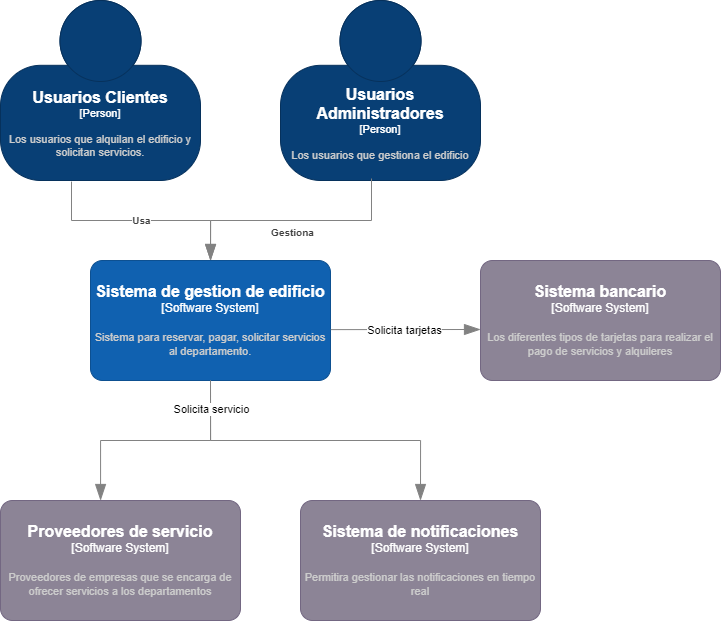
Above: 5/5.1/Diagrama Conceptual.png in ulima-arqui242/arqui242-grupo4 (draw.io), before the change. Source tidied: cells renumbered, new cells last; positions are measured from the earlier drawing's top-left corner, leaving out a move shared by most shapes. The source it was exported from:
```xml
<mxGraphModel>
  <root>
    <mxCell id="0" />
    <mxCell id="1" parent="0" />
    <object id="2" label="&lt;font style=&quot;font-size: 16px&quot;&gt;&lt;b&gt;%c4Name%&lt;/b&gt;&lt;/font&gt;&lt;div&gt;[%c4Type%]&lt;/div&gt;&lt;br&gt;&lt;div&gt;&lt;font style=&quot;font-size: 11px&quot;&gt;&lt;font color=&quot;#cccccc&quot;&gt;%c4Description%&lt;/font&gt;&lt;/div&gt;" c4Description="Los usuarios que gestiona el edificio" c4Name="Usuarios Administradores" c4Type="Person" placeholders="1">
      <mxCell style="html=1;fontSize=11;dashed=0;whiteSpace=wrap;fillColor=#083F75;strokeColor=#06315C;fontColor=#ffffff;shape=mxgraph.c4.person2;align=center;points=[[0.5,0,0],[1,0.5,0],[1,0.75,0],[0.75,1,0],[0.5,1,0],[0.25,1,0],[0,0.75,0],[0,0.5,0]];" parent="1" vertex="1">
        <mxGeometry x="280" width="200" height="180" as="geometry" />
      </mxCell>
    </object>
    <object id="3" label="&lt;font style=&quot;font-size: 16px&quot;&gt;&lt;b&gt;%c4Name%&lt;/b&gt;&lt;/font&gt;&lt;div&gt;[%c4Type%]&lt;/div&gt;&lt;br&gt;&lt;div&gt;&lt;font style=&quot;font-size: 11px&quot;&gt;&lt;font color=&quot;#cccccc&quot;&gt;%c4Description%&lt;/font&gt;&lt;/div&gt;" c4Description="Sistema para reservar, pagar, solicitar servicios al departamento." c4Name="Sistema de gestion de edificio" c4Type="Software System" placeholders="1">
      <mxCell style="rounded=1;whiteSpace=wrap;html=1;labelBackgroundColor=none;fillColor=#1061B0;fontColor=#ffffff;align=center;arcSize=10;strokeColor=#0D5091;points=[[0.25,0,0],[0.5,0,0],[0.75,0,0],[1,0.25,0],[1,0.5,0],[1,0.75,0],[0.75,1,0],[0.5,1,0],[0.25,1,0],[0,0.75,0],[0,0.5,0],[0,0.25,0]];" parent="1" vertex="1">
        <mxGeometry x="90" y="260" width="240" height="120" as="geometry" />
      </mxCell>
    </object>
    <object id="4" label="&lt;font style=&quot;font-size: 16px&quot;&gt;&lt;b&gt;%c4Name%&lt;/b&gt;&lt;/font&gt;&lt;div&gt;[%c4Type%]&lt;/div&gt;&lt;br&gt;&lt;div&gt;&lt;font style=&quot;font-size: 11px&quot;&gt;&lt;font color=&quot;#cccccc&quot;&gt;%c4Description%&lt;/font&gt;&lt;/div&gt;" c4Description="Los diferentes tipos de tarjetas para realizar el pago de servicios y alquileres" c4Name="Sistema bancario" c4Type="Software System" placeholders="1">
      <mxCell style="rounded=1;whiteSpace=wrap;html=1;labelBackgroundColor=none;fillColor=#8C8496;fontColor=#ffffff;align=center;arcSize=10;strokeColor=#736782;" parent="1" vertex="1">
        <mxGeometry x="480" y="260" width="240" height="120" as="geometry" />
      </mxCell>
    </object>
    <object id="5" label="&lt;font style=&quot;font-size: 16px&quot;&gt;&lt;b&gt;%c4Name%&lt;/b&gt;&lt;/font&gt;&lt;div&gt;[%c4Type%]&lt;/div&gt;&lt;br&gt;&lt;div&gt;&lt;font style=&quot;font-size: 11px&quot;&gt;&lt;font color=&quot;#cccccc&quot;&gt;%c4Description%&lt;/font&gt;&lt;/div&gt;" c4Description="Proveedores de empresas que se encarga de ofrecer servicios a los departamentos" c4Name="Proveedores de servicio" c4Type="Software System" placeholders="1">
      <mxCell style="rounded=1;whiteSpace=wrap;html=1;labelBackgroundColor=none;fillColor=#8C8496;fontColor=#ffffff;align=center;arcSize=10;strokeColor=#736782;points=[[0.25,0,0],[0.5,0,0],[0.75,0,0],[1,0.25,0],[1,0.5,0],[1,0.75,0],[0.75,1,0],[0.5,1,0],[0.25,1,0],[0,0.75,0],[0,0.5,0],[0,0.25,0]];" parent="1" vertex="1">
        <mxGeometry y="500" width="240" height="120" as="geometry" />
      </mxCell>
    </object>
    <object id="6" label="&lt;div style=&quot;text-align: left&quot;&gt;&lt;div style=&quot;text-align: center&quot;&gt;&lt;b&gt;%c4Description%&lt;/b&gt;&lt;/div&gt;" c4Description="Gestiona" c4Type="Relationship" placeholders="1">
      <mxCell style="endArrow=blockThin;html=1;fontSize=10;fontColor=#404040;strokeWidth=1;endFill=1;strokeColor=#828282;elbow=vertical;endSize=14;startSize=14;jumpStyle=arc;jumpSize=16;rounded=0;edgeStyle=orthogonalEdgeStyle;exitX=0.455;exitY=0.989;exitDx=0;exitDy=0;exitPerimeter=0;" parent="1" edge="1" source="2" target="3">
        <mxGeometry y="12" relative="1" as="geometry">
          <Array as="points">
            <mxPoint x="371" y="220" />
            <mxPoint x="210" y="220" />
          </Array>
        </mxGeometry>
      </mxCell>
    </object>
    <object id="7" label="&lt;font style=&quot;font-size: 16px&quot;&gt;&lt;b&gt;%c4Name%&lt;/b&gt;&lt;/font&gt;&lt;div&gt;[%c4Type%]&lt;/div&gt;&lt;br&gt;&lt;div&gt;&lt;font style=&quot;font-size: 11px&quot;&gt;&lt;font color=&quot;#cccccc&quot;&gt;%c4Description%&lt;/font&gt;&lt;/div&gt;" c4Description="Los usuarios que alquilan el edificio y solicitan servicios." c4Name="Usuarios Clientes" c4Type="Person" placeholders="1">
      <mxCell style="html=1;fontSize=11;dashed=0;whiteSpace=wrap;fillColor=#083F75;strokeColor=#06315C;fontColor=#ffffff;shape=mxgraph.c4.person2;align=center;points=[[0.5,0,0],[1,0.5,0],[1,0.75,0],[0.75,1,0],[0.5,1,0],[0.25,1,0],[0,0.75,0],[0,0.5,0]];" parent="1" vertex="1">
        <mxGeometry width="200" height="180" as="geometry" />
      </mxCell>
    </object>
    <object id="8" label="&lt;div style=&quot;text-align: left&quot;&gt;&lt;div style=&quot;text-align: center&quot;&gt;&lt;b&gt;%c4Description%&lt;/b&gt;&lt;/div&gt;" c4Description="Usa" c4Type="Relationship" placeholders="1">
      <mxCell style="endArrow=blockThin;html=1;fontSize=10;fontColor=#404040;strokeWidth=1;endFill=1;strokeColor=#828282;elbow=vertical;endSize=14;startSize=14;jumpStyle=arc;jumpSize=16;rounded=0;edgeStyle=orthogonalEdgeStyle;exitX=0.355;exitY=1.006;exitDx=0;exitDy=0;exitPerimeter=0;entryX=0.5;entryY=0;entryDx=0;entryDy=0;entryPerimeter=0;" parent="1" edge="1" source="7" target="3">
        <mxGeometry relative="1" as="geometry" />
      </mxCell>
    </object>
    <object id="9" label="&lt;font style=&quot;font-size: 16px&quot;&gt;&lt;b&gt;%c4Name%&lt;/b&gt;&lt;/font&gt;&lt;div&gt;[%c4Type%]&lt;/div&gt;&lt;br&gt;&lt;div&gt;&lt;font style=&quot;font-size: 11px&quot;&gt;&lt;font color=&quot;#cccccc&quot;&gt;%c4Description%&lt;/font&gt;&lt;/div&gt;" c4Description="Permitira gestionar las notificaciones en tiempo real" c4Name="Sistema de notificaciones" c4Type="Software System" placeholders="1">
      <mxCell style="rounded=1;whiteSpace=wrap;html=1;labelBackgroundColor=none;fillColor=#8C8496;fontColor=#ffffff;align=center;arcSize=10;strokeColor=#736782;points=[[0.25,0,0],[0.5,0,0],[0.75,0,0],[1,0.25,0],[1,0.5,0],[1,0.75,0],[0.75,1,0],[0.5,1,0],[0.25,1,0],[0,0.75,0],[0,0.5,0],[0,0.25,0]];" parent="1" vertex="1">
        <mxGeometry x="300" y="500" width="240" height="120" as="geometry" />
      </mxCell>
    </object>
    <object id="10" label="" c4Type="Relationship" placeholders="1">
      <mxCell style="endArrow=blockThin;html=1;fontSize=10;fontColor=#404040;strokeWidth=1;endFill=1;strokeColor=#828282;elbow=vertical;endSize=14;startSize=14;jumpStyle=arc;jumpSize=16;rounded=0;edgeStyle=orthogonalEdgeStyle;exitX=0.5;exitY=1;exitDx=0;exitDy=0;exitPerimeter=0;entryX=0.5;entryY=0;entryDx=0;entryDy=0;entryPerimeter=0;" parent="1" edge="1" source="3" target="9">
        <mxGeometry relative="1" as="geometry" />
      </mxCell>
    </object>
    <object id="11" label="" c4Type="Relationship" placeholders="1">
      <mxCell style="endArrow=blockThin;html=1;fontSize=10;fontColor=#404040;strokeWidth=1;endFill=1;strokeColor=#828282;elbow=vertical;endSize=14;startSize=14;jumpStyle=arc;jumpSize=16;rounded=0;edgeStyle=orthogonalEdgeStyle;exitX=0.5;exitY=1;exitDx=0;exitDy=0;exitPerimeter=0;entryX=0.417;entryY=0;entryDx=0;entryDy=0;entryPerimeter=0;" parent="1" edge="1" source="3" target="5">
        <mxGeometry relative="1" as="geometry" />
      </mxCell>
    </object>
    <mxCell id="12" value="Solicita servicio" style="edgeLabel;html=1;align=center;verticalAlign=middle;" parent="11" vertex="1">
      <mxGeometry x="-0.75" relative="1" as="geometry" />
    </mxCell>
    <object id="13" label="" c4Type="Relationship" placeholders="1">
      <mxCell style="endArrow=blockThin;html=1;fontSize=10;fontColor=#404040;strokeWidth=1;endFill=1;strokeColor=#828282;elbow=vertical;endSize=14;startSize=14;jumpStyle=arc;jumpSize=16;rounded=0;edgeStyle=orthogonalEdgeStyle;exitX=1.001;exitY=0.576;exitDx=0;exitDy=0;exitPerimeter=0;" parent="1" edge="1" source="3">
        <mxGeometry relative="1" as="geometry">
          <mxPoint x="480" y="329" as="targetPoint" />
        </mxGeometry>
      </mxCell>
    </object>
    <mxCell id="14" value="Solicita tarjetas" style="edgeLabel;html=1;align=center;verticalAlign=middle;" parent="13" vertex="1">
      <mxGeometry x="-0.03" relative="1" as="geometry" />
    </mxCell>
  </root>
</mxGraphModel>
```
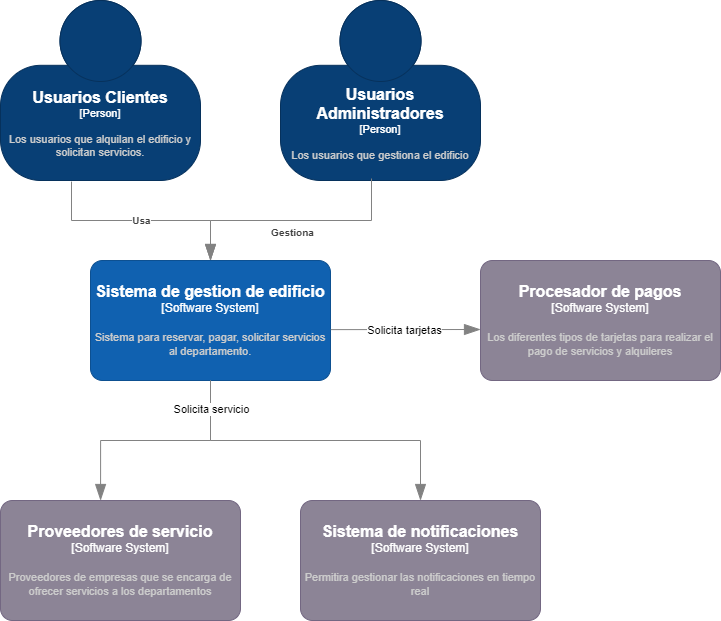
Later version of the same file.

Commit message:
Actualizacion del diagrama conceptual

What changed in the source:
```diff
@@ -12,7 +12,7 @@
         <mxGeometry x="90" y="260" width="240" height="120" as="geometry" />
       </mxCell>
     </object>
-    <object id="4" label="&lt;font style=&quot;font-size: 16px&quot;&gt;&lt;b&gt;%c4Name%&lt;/b&gt;&lt;/font&gt;&lt;div&gt;[%c4Type%]&lt;/div&gt;&lt;br&gt;&lt;div&gt;&lt;font style=&quot;font-size: 11px&quot;&gt;&lt;font color=&quot;#cccccc&quot;&gt;%c4Description%&lt;/font&gt;&lt;/div&gt;" c4Description="Los diferentes tipos de tarjetas para realizar el pago de servicios y alquileres" c4Name="Sistema bancario" c4Type="Software System" placeholders="1">
+    <object id="4" label="&lt;font style=&quot;font-size: 16px&quot;&gt;&lt;b&gt;%c4Name%&lt;/b&gt;&lt;/font&gt;&lt;div&gt;[%c4Type%]&lt;/div&gt;&lt;br&gt;&lt;div&gt;&lt;font style=&quot;font-size: 11px&quot;&gt;&lt;font color=&quot;#cccccc&quot;&gt;%c4Description%&lt;/font&gt;&lt;/div&gt;" c4Description="Los diferentes tipos de tarjetas para realizar el pago de servicios y alquileres" c4Name="Procesador de pagos" c4Type="Software System" placeholders="1">
       <mxCell style="rounded=1;whiteSpace=wrap;html=1;labelBackgroundColor=none;fillColor=#8C8496;fontColor=#ffffff;align=center;arcSize=10;strokeColor=#736782;" parent="1" vertex="1">
         <mxGeometry x="480" y="260" width="240" height="120" as="geometry" />
       </mxCell>
```
